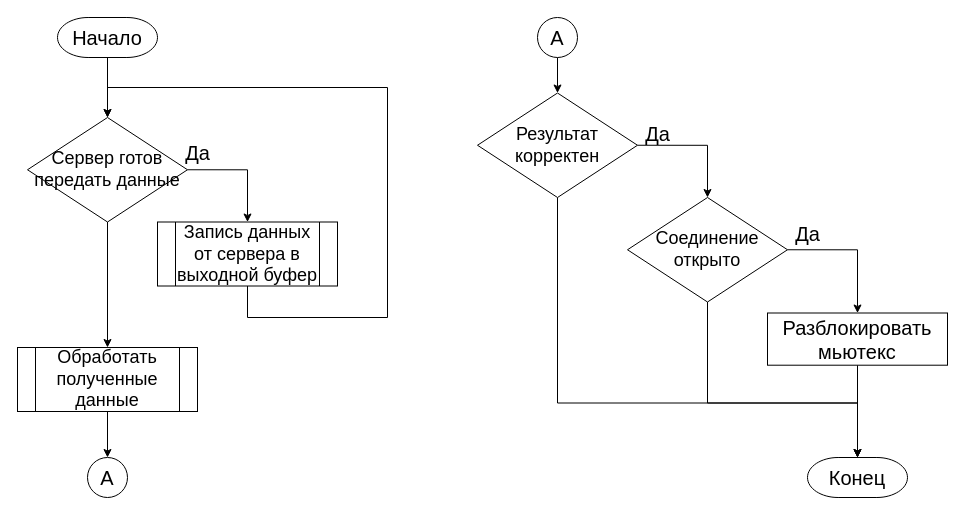
The draw.io diagram Даиграммы/Recieve0.drawio in platosha-git/Diplom-theory, before the edit. Source tidied: cells renumbered, new cells numbered last; positions are measured from the earlier drawing's top-left corner, leaving out a move shared by most shapes. Both pictures are drawn from the tidied source at 100%, with x=0, y=0 at pixel (17, 17).
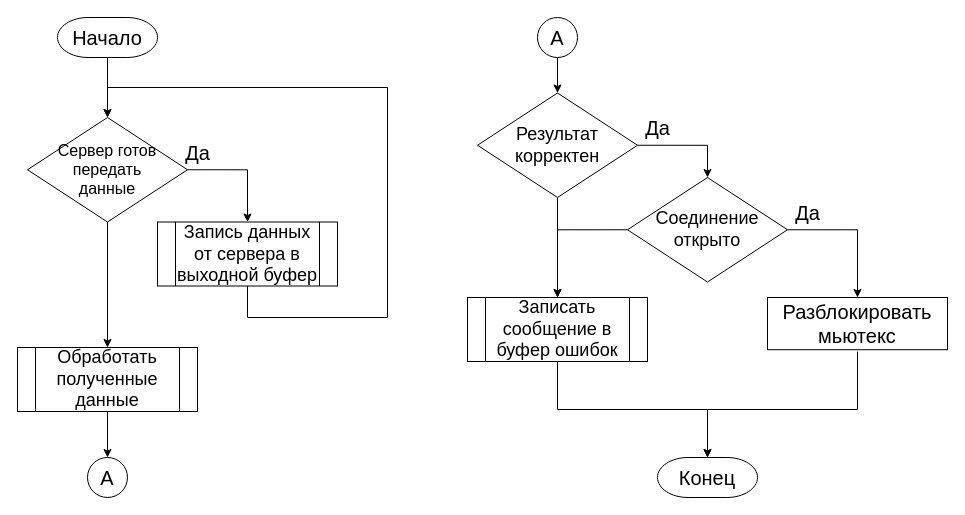
After the change.

The change refers to these unchanged cells:
```xml
<mxCell id="15" value="&lt;span style=&quot;font-size: 18px&quot;&gt;Результат корректен&lt;/span&gt;" style="strokeWidth=1;html=1;shape=mxgraph.flowchart.decision;whiteSpace=wrap;" parent="1" vertex="1">
  <mxGeometry x="460" y="75.5" width="160" height="104.5" as="geometry" />
</mxCell>
```

The edit, as a diff of the source:
```diff
@@
-    <mxCell id="6" value="&lt;font style=&quot;font-size: 18px&quot;&gt;Сервер готов передать данные&lt;/font&gt;" style="strokeWidth=1;html=1;shape=mxgraph.flowchart.decision;whiteSpace=wrap;" parent="1" vertex="1">
+    <mxCell id="6" value="&lt;font style=&quot;font-size: 16px&quot;&gt;Сервер готов передать &lt;br&gt;данные&lt;/font&gt;" style="strokeWidth=1;html=1;shape=mxgraph.flowchart.decision;whiteSpace=wrap;" parent="1" vertex="1">
       <mxGeometry x="10" y="100" width="160" height="104.5" as="geometry" />
     </mxCell>
@@
-    <mxCell id="14" style="edgeStyle=orthogonalEdgeStyle;rounded=0;jettySize=auto;html=1;exitX=0.5;exitY=1;exitDx=0;exitDy=0;exitPerimeter=0;entryX=0.5;entryY=0;entryDx=0;entryDy=0;entryPerimeter=0;" parent="1" edge="1" source="15" target="23">
-      <mxGeometry relative="1" as="geometry">
-        <Array as="points">
-          <mxPoint x="540" y="385.5" />
-          <mxPoint x="840" y="385.5" />
-        </Array>
-      </mxGeometry>
-    </mxCell>
+    <mxCell id="26" style="edgeStyle=orthogonalEdgeStyle;rounded=0;jettySize=auto;html=1;exitX=0.5;exitY=1;exitDx=0;exitDy=0;exitPerimeter=0;entryX=0.5;entryY=0;entryDx=0;entryDy=0;" parent="1" edge="1" source="15" target="29">
+      <mxGeometry relative="1" as="geometry" />
+    </mxCell>
@@
-    <mxCell id="17" style="edgeStyle=orthogonalEdgeStyle;rounded=0;jettySize=auto;html=1;exitX=0.5;exitY=1;exitDx=0;exitDy=0;exitPerimeter=0;entryX=0.5;entryY=0;entryDx=0;entryDy=0;entryPerimeter=0;" parent="1" edge="1" source="18" target="23">
-      <mxGeometry relative="1" as="geometry">
-        <Array as="points">
-          <mxPoint x="690" y="385.5" />
-          <mxPoint x="840" y="385.5" />
-        </Array>
-      </mxGeometry>
-    </mxCell>
+    <mxCell id="27" style="edgeStyle=orthogonalEdgeStyle;rounded=0;jettySize=auto;html=1;exitX=0;exitY=0.5;exitDx=0;exitDy=0;exitPerimeter=0;entryX=0.5;entryY=0;entryDx=0;entryDy=0;" parent="1" edge="1" source="18" target="29">
+      <mxGeometry relative="1" as="geometry" />
+    </mxCell>
     <mxCell id="18" value="&lt;span style=&quot;font-size: 18px&quot;&gt;Соединение открыто&lt;/span&gt;" style="strokeWidth=1;html=1;shape=mxgraph.flowchart.decision;whiteSpace=wrap;" parent="1" vertex="1">
-      <mxGeometry x="610" y="180" width="160" height="104.5" as="geometry" />
+      <mxGeometry x="610" y="160" width="160" height="104.5" as="geometry" />
     </mxCell>
-    <mxCell id="19" style="edgeStyle=orthogonalEdgeStyle;rounded=0;jettySize=auto;html=1;exitX=0.5;exitY=1;exitDx=0;exitDy=0;entryX=0.5;entryY=0;entryDx=0;entryDy=0;entryPerimeter=0;" parent="1" edge="1" source="20" target="23">
+    <mxCell id="19" style="edgeStyle=orthogonalEdgeStyle;rounded=0;jettySize=auto;html=1;exitX=0.5;exitY=1;exitDx=0;exitDy=0;entryX=0.5;entryY=0;entryDx=0;entryDy=0;entryPerimeter=0;" parent="1" edge="1" target="23">
       <mxGeometry relative="1" as="geometry">
+        <mxPoint x="840" y="334.2" as="sourcePoint" />
         <Array as="points">
-          <mxPoint x="840" y="405.5" />
-          <mxPoint x="840" y="405.5" />
+          <mxPoint x="840" y="392" />
+          <mxPoint x="690" y="392" />
         </Array>
       </mxGeometry>
     </mxCell>
     <mxCell id="20" value="&lt;font style=&quot;font-size: 20px&quot;&gt;Разблокировать мьютекс&lt;/font&gt;" style="rounded=0;whiteSpace=wrap;html=1;" parent="1" vertex="1">
-      <mxGeometry x="750" y="295.5" width="180" height="52.2" as="geometry" />
+      <mxGeometry x="750" y="280" width="180" height="52.2" as="geometry" />
     </mxCell>
     <mxCell id="21" value="&lt;font style=&quot;font-size: 20px&quot;&gt;Да&lt;/font&gt;" style="text;html=1;align=center;verticalAlign=middle;" parent="1" vertex="1">
-      <mxGeometry x="620" y="105.5" width="40" height="20" as="geometry" />
+      <mxGeometry x="620" y="100" width="40" height="20" as="geometry" />
     </mxCell>
     <mxCell id="22" value="&lt;font style=&quot;font-size: 20px&quot;&gt;Да&lt;/font&gt;" style="text;html=1;align=center;verticalAlign=middle;" parent="1" vertex="1">
-      <mxGeometry x="770" y="205.5" width="40" height="20" as="geometry" />
+      <mxGeometry x="770" y="184.5" width="40" height="20" as="geometry" />
     </mxCell>
     <mxCell id="23" value="&lt;font style=&quot;font-size: 20px&quot;&gt;Конец&lt;/font&gt;" style="strokeWidth=1;html=1;shape=mxgraph.flowchart.terminator;whiteSpace=wrap;" parent="1" vertex="1">
-      <mxGeometry x="790" y="440" width="100" height="40" as="geometry" />
+      <mxGeometry x="640" y="440" width="100" height="40" as="geometry" />
     </mxCell>
@@
+    <mxCell id="28" style="edgeStyle=orthogonalEdgeStyle;rounded=0;jettySize=auto;html=1;exitX=0.5;exitY=1;exitDx=0;exitDy=0;" parent="1" edge="1" source="29" target="23">
+      <mxGeometry relative="1" as="geometry" />
+    </mxCell>
+    <mxCell id="29" value="&lt;font style=&quot;font-size: 18px&quot;&gt;Записать сообщение в буфер ошибок&lt;/font&gt;" style="shape=process;whiteSpace=wrap;html=1;backgroundOutline=1;" parent="1" vertex="1">
+      <mxGeometry x="450" y="280" width="180" height="64" as="geometry" />
+    </mxCell>
```
